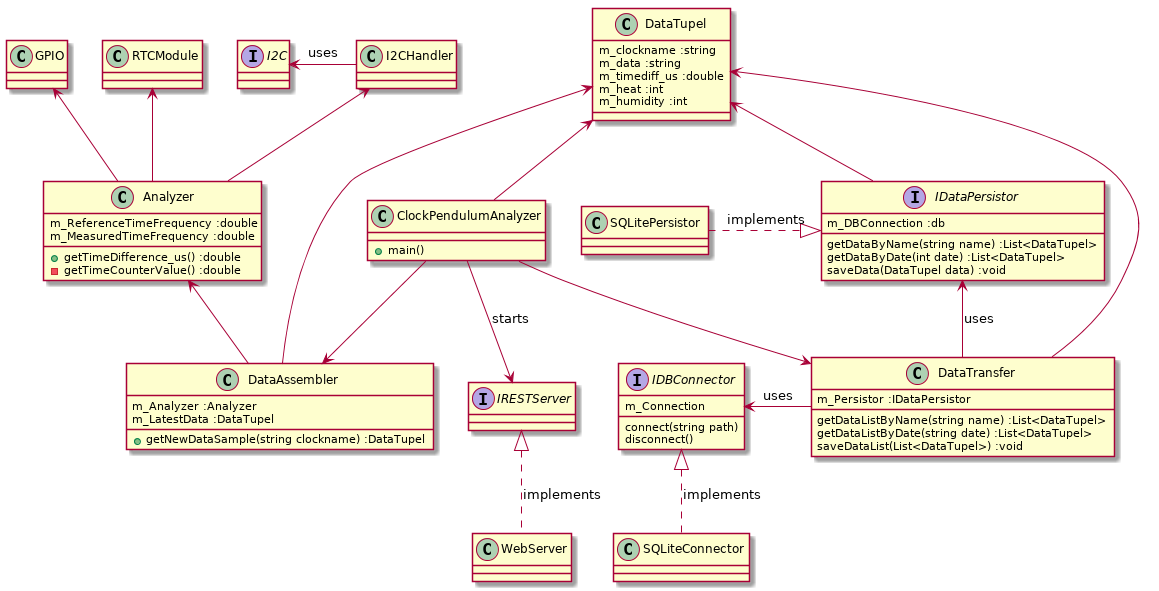
The PlantUML diagram docs/uml/classdiagramm.png in gnomengineer/ClockPendelumAnalyzer, before a commit.
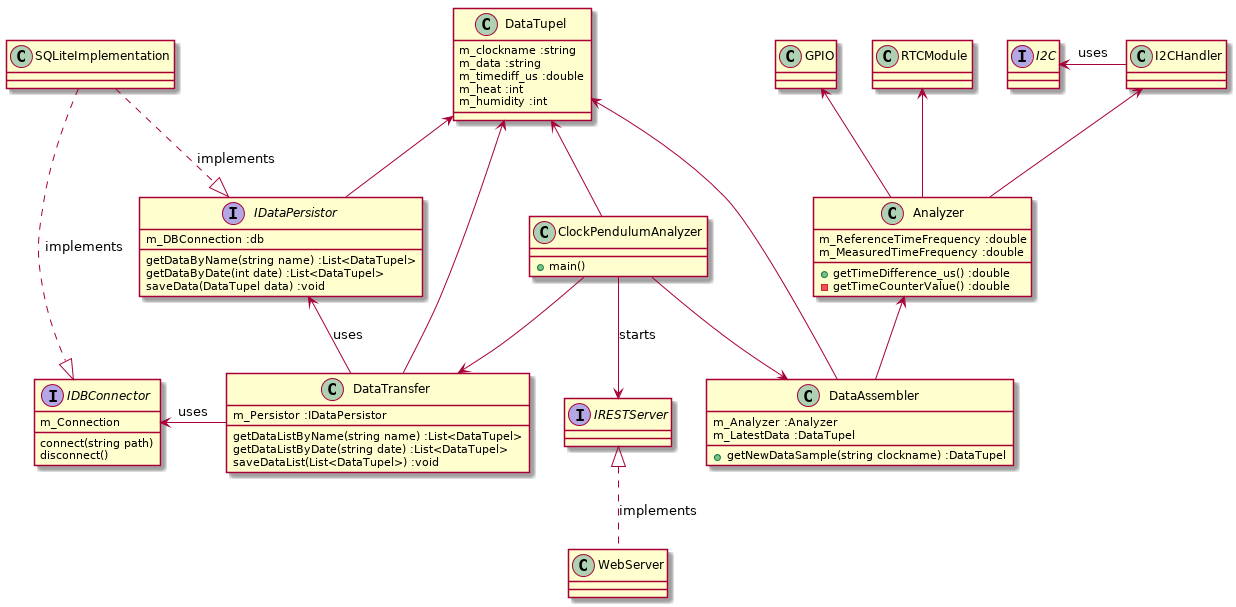
Above is the later version.

Commit message:
updated class diagramm according to changes in db layout

What changed in the source:
```diff
@@ -30,8 +30,7 @@
     m_heat :int
     m_humidity :int
 }
-class SQLitePersistor
-class SQLiteConnector
+class SQLiteImplementation
 
 interface I2C
 interface IRESTServer
@@ -66,10 +65,11 @@
 
 IDataPersistor <- DataTransfer :uses
 IDBConnector <- DataTransfer :uses
-IDBConnector <|.. SQLiteConnector :implements
-SQLitePersistor .|> IDataPersistor :implements
+SQLiteImplementation .|> IDBConnector :implements
+SQLiteImplementation ..|> IDataPersistor :implements
 
 
 WebServer .up.|> IRESTServer :implements
 
+IDBConnector <-[hidden]down- IDataPersistor
 @enduml
```
